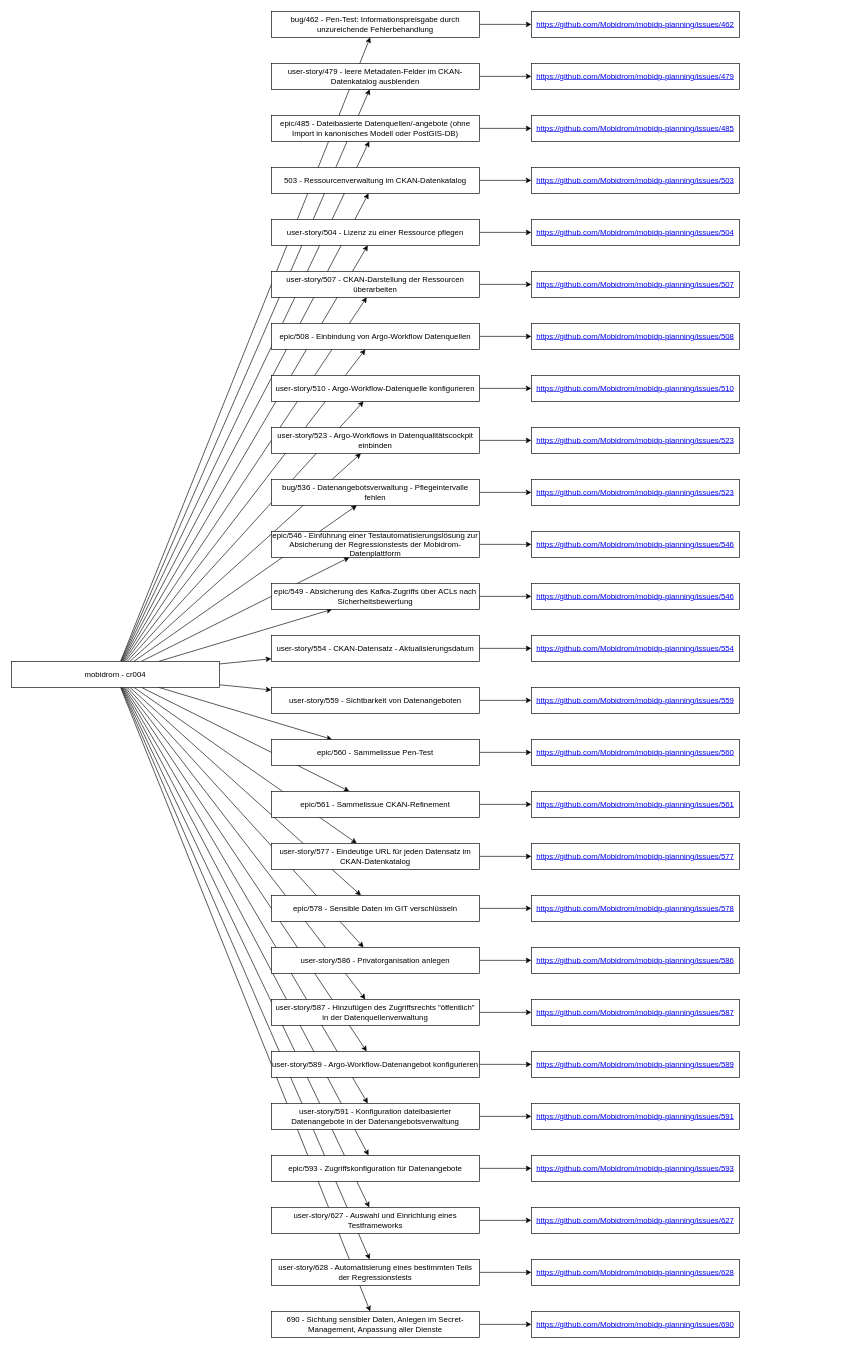
The draw.io diagram cr004.drawio in kephalosk/drawio-diagrams, before the edit. Source tidied: cells renumbered, new cells numbered last; positions are measured from the earlier drawing's top-left corner, leaving out a move shared by most shapes. Both pictures are drawn from the tidied source at 65%, with x=0, y=0 at pixel (11, 11).
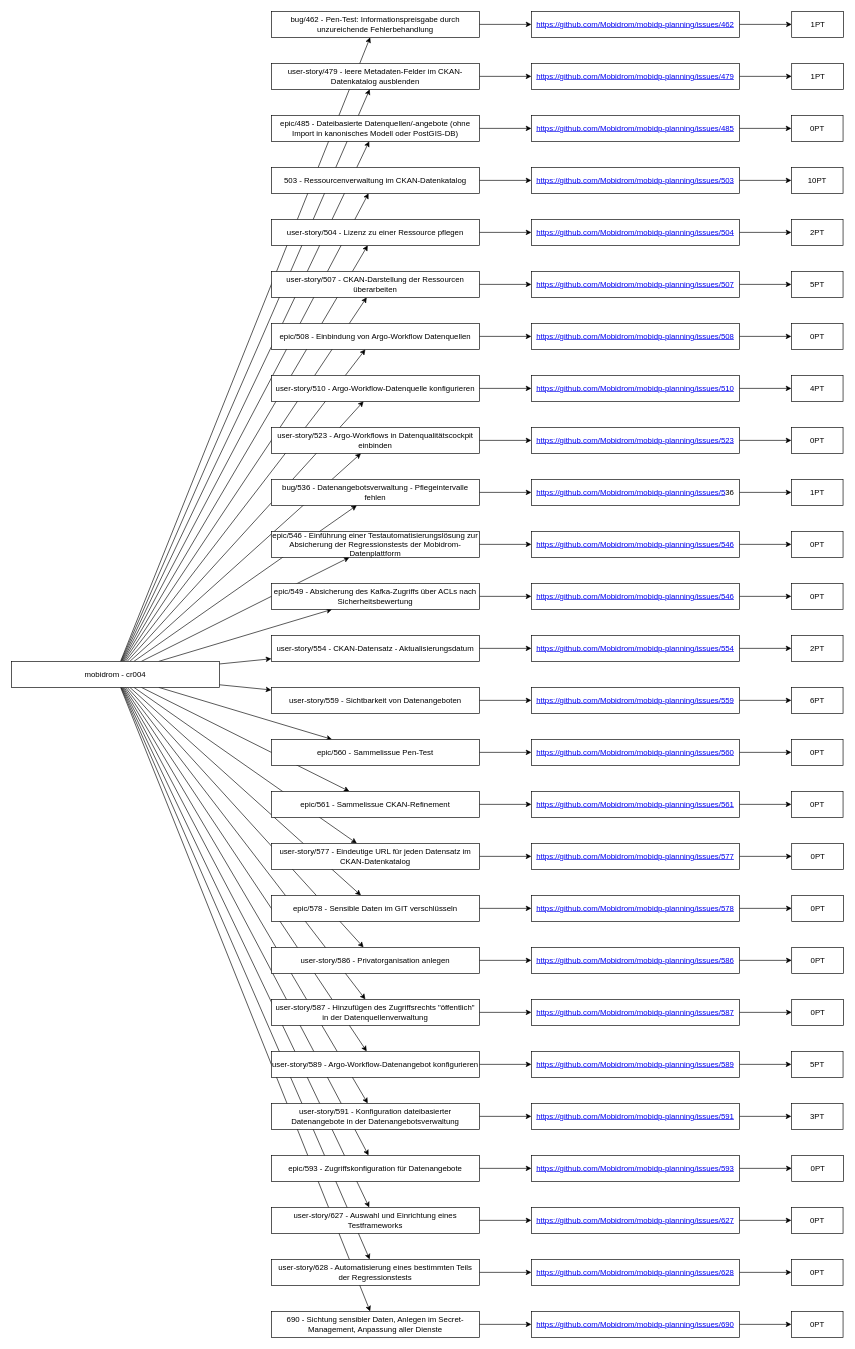
The same diagram, later.

The change refers to these unchanged cells:
```xml
<mxCell id="2" value="&lt;a href=&quot;https://github.com/Mobidrom/mobidp-planning/issues/462&quot;&gt;https://github.com/Mobidrom/mobidp-planning/issues/462&lt;/a&gt;" style="rounded=0;whiteSpace=wrap;html=1;" parent="1" vertex="1">
  <mxGeometry x="800" width="320" height="40" as="geometry" />
</mxCell>
<mxCell id="82" value="&lt;a href=&quot;https://github.com/Mobidrom/mobidp-planning/issues/479&quot;&gt;https://github.com/Mobidrom/mobidp-planning/issues/479&lt;/a&gt;" style="rounded=0;whiteSpace=wrap;html=1;" parent="1" vertex="1">
  <mxGeometry x="800" y="80" width="320" height="40" as="geometry" />
</mxCell>
<mxCell id="83" value="&lt;a href=&quot;https://github.com/Mobidrom/mobidp-planning/issues/485&quot;&gt;https://github.com/Mobidrom/mobidp-planning/issues/485&lt;/a&gt;" style="rounded=0;whiteSpace=wrap;html=1;" parent="1" vertex="1">
  <mxGeometry x="800" y="160" width="320" height="40" as="geometry" />
</mxCell>
<mxCell id="84" value="&lt;a href=&quot;https://github.com/Mobidrom/mobidp-planning/issues/503&quot;&gt;https://github.com/Mobidrom/mobidp-planning/issues/503&lt;/a&gt;" style="rounded=0;whiteSpace=wrap;html=1;" parent="1" vertex="1">
  <mxGeometry x="800" y="240" width="320" height="40" as="geometry" />
</mxCell>
<mxCell id="85" value="&lt;a href=&quot;https://github.com/Mobidrom/mobidp-planning/issues/504&quot;&gt;https://github.com/Mobidrom/mobidp-planning/issues/504&lt;/a&gt;" style="rounded=0;whiteSpace=wrap;html=1;" parent="1" vertex="1">
  <mxGeometry x="800" y="320" width="320" height="40" as="geometry" />
</mxCell>
<mxCell id="86" value="&lt;a href=&quot;https://github.com/Mobidrom/mobidp-planning/issues/507&quot;&gt;https://github.com/Mobidrom/mobidp-planning/issues/507&lt;/a&gt;" style="rounded=0;whiteSpace=wrap;html=1;" parent="1" vertex="1">
  <mxGeometry x="800" y="400" width="320" height="40" as="geometry" />
</mxCell>
<mxCell id="87" value="&lt;a href=&quot;https://github.com/Mobidrom/mobidp-planning/issues/508&quot;&gt;https://github.com/Mobidrom/mobidp-planning/issues/508&lt;/a&gt;" style="rounded=0;whiteSpace=wrap;html=1;" parent="1" vertex="1">
  <mxGeometry x="800" y="480" width="320" height="40" as="geometry" />
</mxCell>
<mxCell id="88" value="&lt;a href=&quot;https://github.com/Mobidrom/mobidp-planning/issues/510&quot;&gt;https://github.com/Mobidrom/mobidp-planning/issues/510&lt;/a&gt;" style="rounded=0;whiteSpace=wrap;html=1;" parent="1" vertex="1">
  <mxGeometry x="800" y="560" width="320" height="40" as="geometry" />
</mxCell>
<mxCell id="89" value="&lt;a href=&quot;https://github.com/Mobidrom/mobidp-planning/issues/523&quot;&gt;https://github.com/Mobidrom/mobidp-planning/issues/523&lt;/a&gt;" style="rounded=0;whiteSpace=wrap;html=1;" parent="1" vertex="1">
  <mxGeometry x="800" y="640" width="320" height="40" as="geometry" />
</mxCell>
<mxCell id="91" value="&lt;a href=&quot;https://github.com/Mobidrom/mobidp-planning/issues/546&quot;&gt;https://github.com/Mobidrom/mobidp-planning/issues/546&lt;/a&gt;" style="rounded=0;whiteSpace=wrap;html=1;" parent="1" vertex="1">
  <mxGeometry x="800" y="800" width="320" height="40" as="geometry" />
</mxCell>
<mxCell id="92" value="&lt;a href=&quot;https://github.com/Mobidrom/mobidp-planning/issues/546&quot;&gt;https://github.com/Mobidrom/mobidp-planning/issues/546&lt;/a&gt;" style="rounded=0;whiteSpace=wrap;html=1;" parent="1" vertex="1">
  <mxGeometry x="800" y="880" width="320" height="40" as="geometry" />
</mxCell>
<mxCell id="93" value="&lt;a href=&quot;https://github.com/Mobidrom/mobidp-planning/issues/554&quot;&gt;https://github.com/Mobidrom/mobidp-planning/issues/554&lt;/a&gt;" style="rounded=0;whiteSpace=wrap;html=1;" parent="1" vertex="1">
  <mxGeometry x="800" y="960" width="320" height="40" as="geometry" />
</mxCell>
<mxCell id="94" value="&lt;a href=&quot;https://github.com/Mobidrom/mobidp-planning/issues/559&quot;&gt;https://github.com/Mobidrom/mobidp-planning/issues/559&lt;/a&gt;" style="rounded=0;whiteSpace=wrap;html=1;" parent="1" vertex="1">
  <mxGeometry x="800" y="1040" width="320" height="40" as="geometry" />
</mxCell>
<mxCell id="95" value="&lt;a href=&quot;https://github.com/Mobidrom/mobidp-planning/issues/560&quot;&gt;https://github.com/Mobidrom/mobidp-planning/issues/560&lt;/a&gt;" style="rounded=0;whiteSpace=wrap;html=1;" parent="1" vertex="1">
  <mxGeometry x="800" y="1120" width="320" height="40" as="geometry" />
</mxCell>
<mxCell id="96" value="&lt;a href=&quot;https://github.com/Mobidrom/mobidp-planning/issues/561&quot;&gt;https://github.com/Mobidrom/mobidp-planning/issues/561&lt;/a&gt;" style="rounded=0;whiteSpace=wrap;html=1;" parent="1" vertex="1">
  <mxGeometry x="800" y="1200" width="320" height="40" as="geometry" />
</mxCell>
<mxCell id="97" value="&lt;a href=&quot;https://github.com/Mobidrom/mobidp-planning/issues/577&quot;&gt;https://github.com/Mobidrom/mobidp-planning/issues/577&lt;/a&gt;" style="rounded=0;whiteSpace=wrap;html=1;" parent="1" vertex="1">
  <mxGeometry x="800" y="1280" width="320" height="40" as="geometry" />
</mxCell>
<mxCell id="98" value="&lt;a href=&quot;https://github.com/Mobidrom/mobidp-planning/issues/578&quot;&gt;https://github.com/Mobidrom/mobidp-planning/issues/578&lt;/a&gt;" style="rounded=0;whiteSpace=wrap;html=1;" parent="1" vertex="1">
  <mxGeometry x="800" y="1360" width="320" height="40" as="geometry" />
</mxCell>
<mxCell id="99" value="&lt;a href=&quot;https://github.com/Mobidrom/mobidp-planning/issues/586&quot;&gt;https://github.com/Mobidrom/mobidp-planning/issues/586&lt;/a&gt;" style="rounded=0;whiteSpace=wrap;html=1;" parent="1" vertex="1">
  <mxGeometry x="800" y="1440" width="320" height="40" as="geometry" />
</mxCell>
<mxCell id="100" value="&lt;a href=&quot;https://github.com/Mobidrom/mobidp-planning/issues/587&quot;&gt;https://github.com/Mobidrom/mobidp-planning/issues/587&lt;/a&gt;" style="rounded=0;whiteSpace=wrap;html=1;" parent="1" vertex="1">
  <mxGeometry x="800" y="1520" width="320" height="40" as="geometry" />
</mxCell>
<mxCell id="101" value="&lt;a href=&quot;https://github.com/Mobidrom/mobidp-planning/issues/589&quot;&gt;https://github.com/Mobidrom/mobidp-planning/issues/589&lt;/a&gt;" style="rounded=0;whiteSpace=wrap;html=1;" parent="1" vertex="1">
  <mxGeometry x="800" y="1600" width="320" height="40" as="geometry" />
</mxCell>
<mxCell id="102" value="&lt;a href=&quot;https://github.com/Mobidrom/mobidp-planning/issues/591&quot;&gt;https://github.com/Mobidrom/mobidp-planning/issues/591&lt;/a&gt;" style="rounded=0;whiteSpace=wrap;html=1;" parent="1" vertex="1">
  <mxGeometry x="800" y="1680" width="320" height="40" as="geometry" />
</mxCell>
<mxCell id="103" value="&lt;a href=&quot;https://github.com/Mobidrom/mobidp-planning/issues/593&quot;&gt;https://github.com/Mobidrom/mobidp-planning/issues/593&lt;/a&gt;" style="rounded=0;whiteSpace=wrap;html=1;" parent="1" vertex="1">
  <mxGeometry x="800" y="1760" width="320" height="40" as="geometry" />
</mxCell>
<mxCell id="104" value="&lt;a href=&quot;https://github.com/Mobidrom/mobidp-planning/issues/627&quot;&gt;https://github.com/Mobidrom/mobidp-planning/issues/627&lt;/a&gt;" style="rounded=0;whiteSpace=wrap;html=1;" parent="1" vertex="1">
  <mxGeometry x="800" y="1840" width="320" height="40" as="geometry" />
</mxCell>
<mxCell id="105" value="&lt;a href=&quot;https://github.com/Mobidrom/mobidp-planning/issues/628&quot;&gt;https://github.com/Mobidrom/mobidp-planning/issues/628&lt;/a&gt;" style="rounded=0;whiteSpace=wrap;html=1;" parent="1" vertex="1">
  <mxGeometry x="800" y="1920" width="320" height="40" as="geometry" />
</mxCell>
<mxCell id="106" value="&lt;a href=&quot;https://github.com/Mobidrom/mobidp-planning/issues/690&quot;&gt;https://github.com/Mobidrom/mobidp-planning/issues/690&lt;/a&gt;" style="rounded=0;whiteSpace=wrap;html=1;" parent="1" vertex="1">
  <mxGeometry x="800" y="2000" width="320" height="40" as="geometry" />
</mxCell>
```

Diff of the diagram source:
```diff
@@
+    <mxCell id="107" style="edgeStyle=none;rounded=0;jettySize=auto;html=1;" parent="1" edge="1" source="2" target="133">
+      <mxGeometry relative="1" as="geometry" />
+    </mxCell>
@@
+    <mxCell id="108" style="edgeStyle=none;rounded=0;jettySize=auto;html=1;" parent="1" edge="1" source="82" target="134">
+      <mxGeometry relative="1" as="geometry" />
+    </mxCell>
@@
+    <mxCell id="109" style="edgeStyle=none;rounded=0;jettySize=auto;html=1;" parent="1" edge="1" source="83" target="135">
+      <mxGeometry relative="1" as="geometry" />
+    </mxCell>
@@
+    <mxCell id="110" style="edgeStyle=none;rounded=0;jettySize=auto;html=1;" parent="1" edge="1" source="84" target="136">
+      <mxGeometry relative="1" as="geometry" />
+    </mxCell>
@@
+    <mxCell id="111" style="edgeStyle=none;rounded=0;jettySize=auto;html=1;" parent="1" edge="1" source="85" target="137">
+      <mxGeometry relative="1" as="geometry" />
+    </mxCell>
@@
+    <mxCell id="112" style="edgeStyle=none;rounded=0;jettySize=auto;html=1;" parent="1" edge="1" source="86" target="138">
+      <mxGeometry relative="1" as="geometry" />
+    </mxCell>
@@
+    <mxCell id="113" style="edgeStyle=none;rounded=0;jettySize=auto;html=1;" parent="1" edge="1" source="87" target="140">
+      <mxGeometry relative="1" as="geometry" />
+    </mxCell>
@@
+    <mxCell id="114" style="edgeStyle=none;rounded=0;jettySize=auto;html=1;" parent="1" edge="1" source="88" target="139">
+      <mxGeometry relative="1" as="geometry" />
+    </mxCell>
@@
+    <mxCell id="115" style="edgeStyle=none;rounded=0;jettySize=auto;html=1;" parent="1" edge="1" source="89" target="142">
+      <mxGeometry relative="1" as="geometry" />
+    </mxCell>
@@
+    <mxCell id="116" style="edgeStyle=none;rounded=0;jettySize=auto;html=1;" parent="1" edge="1" source="90" target="141">
+      <mxGeometry relative="1" as="geometry" />
+    </mxCell>
-    <mxCell id="90" value="&lt;a href=&quot;https://github.com/Mobidrom/mobidp-planning/issues/523&quot;&gt;https://github.com/Mobidrom/mobidp-planning/issues/523&lt;/a&gt;" style="rounded=0;whiteSpace=wrap;html=1;" parent="1" vertex="1">
+    <mxCell id="90" value="&lt;a href=&quot;https://github.com/Mobidrom/mobidp-planning/issues/523&quot;&gt;https://github.com/Mobidrom/mobidp-planning/issues/5&lt;/a&gt;36" style="rounded=0;whiteSpace=wrap;html=1;" parent="1" vertex="1">
       <mxGeometry x="800" y="720" width="320" height="40" as="geometry" />
     </mxCell>
+    <mxCell id="117" style="edgeStyle=none;rounded=0;jettySize=auto;html=1;" parent="1" edge="1" source="91" target="143">
+      <mxGeometry relative="1" as="geometry" />
+    </mxCell>
@@
+    <mxCell id="118" style="edgeStyle=none;rounded=0;jettySize=auto;html=1;" parent="1" edge="1" source="92" target="144">
+      <mxGeometry relative="1" as="geometry" />
+    </mxCell>
@@
+    <mxCell id="119" style="edgeStyle=none;rounded=0;jettySize=auto;html=1;" parent="1" edge="1" source="93" target="145">
+      <mxGeometry relative="1" as="geometry" />
+    </mxCell>
@@
+    <mxCell id="120" style="edgeStyle=none;rounded=0;jettySize=auto;html=1;" parent="1" edge="1" source="94" target="146">
+      <mxGeometry relative="1" as="geometry" />
+    </mxCell>
@@
+    <mxCell id="121" style="edgeStyle=none;rounded=0;jettySize=auto;html=1;" parent="1" edge="1" source="95" target="147">
+      <mxGeometry relative="1" as="geometry" />
+    </mxCell>
@@
+    <mxCell id="122" style="edgeStyle=none;rounded=0;jettySize=auto;html=1;" parent="1" edge="1" source="96" target="148">
+      <mxGeometry relative="1" as="geometry" />
+    </mxCell>
@@
+    <mxCell id="123" style="edgeStyle=none;rounded=0;jettySize=auto;html=1;" parent="1" edge="1" source="97" target="149">
+      <mxGeometry relative="1" as="geometry" />
+    </mxCell>
@@
+    <mxCell id="124" style="edgeStyle=none;rounded=0;jettySize=auto;html=1;" parent="1" edge="1" source="98" target="150">
+      <mxGeometry relative="1" as="geometry" />
+    </mxCell>
@@
+    <mxCell id="125" style="edgeStyle=none;rounded=0;jettySize=auto;html=1;" parent="1" edge="1" source="99" target="151">
+      <mxGeometry relative="1" as="geometry" />
+    </mxCell>
@@
+    <mxCell id="126" style="edgeStyle=none;rounded=0;jettySize=auto;html=1;" parent="1" edge="1" source="100" target="152">
+      <mxGeometry relative="1" as="geometry" />
+    </mxCell>
@@
+    <mxCell id="127" style="edgeStyle=none;rounded=0;jettySize=auto;html=1;" parent="1" edge="1" source="101" target="153">
+      <mxGeometry relative="1" as="geometry" />
+    </mxCell>
@@
+    <mxCell id="128" style="edgeStyle=none;rounded=0;jettySize=auto;html=1;" parent="1" edge="1" source="102" target="154">
+      <mxGeometry relative="1" as="geometry" />
+    </mxCell>
@@
+    <mxCell id="129" style="edgeStyle=none;rounded=0;jettySize=auto;html=1;" parent="1" edge="1" source="103" target="155">
+      <mxGeometry relative="1" as="geometry" />
+    </mxCell>
@@
+    <mxCell id="130" style="edgeStyle=none;rounded=0;jettySize=auto;html=1;" parent="1" edge="1" source="104" target="156">
+      <mxGeometry relative="1" as="geometry" />
+    </mxCell>
@@
+    <mxCell id="131" style="edgeStyle=none;rounded=0;jettySize=auto;html=1;" parent="1" edge="1" source="105" target="157">
+      <mxGeometry relative="1" as="geometry" />
+    </mxCell>
@@
+    <mxCell id="132" style="edgeStyle=none;rounded=0;jettySize=auto;html=1;" parent="1" edge="1" source="106" target="158">
+      <mxGeometry relative="1" as="geometry" />
+    </mxCell>
@@
+    <mxCell id="133" value="1PT" style="rounded=0;whiteSpace=wrap;html=1;" parent="1" vertex="1">
+      <mxGeometry x="1200.5" width="79.5" height="40" as="geometry" />
+    </mxCell>
+    <mxCell id="134" value="1PT" style="rounded=0;whiteSpace=wrap;html=1;" parent="1" vertex="1">
+      <mxGeometry x="1200.5" y="80" width="79.5" height="40" as="geometry" />
+    </mxCell>
+    <mxCell id="135" value="0PT" style="rounded=0;whiteSpace=wrap;html=1;" parent="1" vertex="1">
+      <mxGeometry x="1200" y="160" width="79.5" height="40" as="geometry" />
+    </mxCell>
+    <mxCell id="136" value="10PT" style="rounded=0;whiteSpace=wrap;html=1;" parent="1" vertex="1">
+      <mxGeometry x="1200" y="240" width="79.5" height="40" as="geometry" />
+    </mxCell>
+    <mxCell id="137" value="2PT" style="rounded=0;whiteSpace=wrap;html=1;" parent="1" vertex="1">
+      <mxGeometry x="1200" y="320" width="79.5" height="40" as="geometry" />
+    </mxCell>
+    <mxCell id="138" value="5PT" style="rounded=0;whiteSpace=wrap;html=1;" parent="1" vertex="1">
+      <mxGeometry x="1200" y="400" width="79.5" height="40" as="geometry" />
+    </mxCell>
+    <mxCell id="139" value="4PT" style="rounded=0;whiteSpace=wrap;html=1;" parent="1" vertex="1">
+      <mxGeometry x="1200" y="560" width="79.5" height="40" as="geometry" />
+    </mxCell>
+    <mxCell id="140" value="0PT" style="rounded=0;whiteSpace=wrap;html=1;" parent="1" vertex="1">
+      <mxGeometry x="1200" y="480" width="79.5" height="40" as="geometry" />
+    </mxCell>
+    <mxCell id="141" value="1PT" style="rounded=0;whiteSpace=wrap;html=1;" parent="1" vertex="1">
+      <mxGeometry x="1200" y="720" width="79.5" height="40" as="geometry" />
+    </mxCell>
+    <mxCell id="142" value="0PT" style="rounded=0;whiteSpace=wrap;html=1;" parent="1" vertex="1">
+      <mxGeometry x="1200" y="640" width="79.5" height="40" as="geometry" />
+    </mxCell>
+    <mxCell id="143" value="0PT" style="rounded=0;whiteSpace=wrap;html=1;" parent="1" vertex="1">
+      <mxGeometry x="1200" y="800" width="79.5" height="40" as="geometry" />
+    </mxCell>
+    <mxCell id="144" value="0PT" style="rounded=0;whiteSpace=wrap;html=1;" parent="1" vertex="1">
+      <mxGeometry x="1200" y="880" width="79.5" height="40" as="geometry" />
+    </mxCell>
+    <mxCell id="145" value="2PT" style="rounded=0;whiteSpace=wrap;html=1;" parent="1" vertex="1">
+      <mxGeometry x="1200" y="960" width="79.5" height="40" as="geometry" />
+    </mxCell>
+    <mxCell id="146" value="6PT" style="rounded=0;whiteSpace=wrap;html=1;" parent="1" vertex="1">
+      <mxGeometry x="1200" y="1040" width="79.5" height="40" as="geometry" />
+    </mxCell>
+    <mxCell id="147" value="0PT" style="rounded=0;whiteSpace=wrap;html=1;" parent="1" vertex="1">
+      <mxGeometry x="1200" y="1120" width="79.5" height="40" as="geometry" />
+    </mxCell>
+    <mxCell id="148" value="0PT" style="rounded=0;whiteSpace=wrap;html=1;" parent="1" vertex="1">
+      <mxGeometry x="1200" y="1200" width="79.5" height="40" as="geometry" />
+    </mxCell>
+    <mxCell id="149" value="0PT" style="rounded=0;whiteSpace=wrap;html=1;" parent="1" vertex="1">
+      <mxGeometry x="1200.5" y="1280" width="79.5" height="40" as="geometry" />
+    </mxCell>
+    <mxCell id="150" value="0PT" style="rounded=0;whiteSpace=wrap;html=1;" parent="1" vertex="1">
+      <mxGeometry x="1200.5" y="1360" width="79.5" height="40" as="geometry" />
+    </mxCell>
+    <mxCell id="151" value="0PT" style="rounded=0;whiteSpace=wrap;html=1;" parent="1" vertex="1">
+      <mxGeometry x="1200.5" y="1440" width="79.5" height="40" as="geometry" />
+    </mxCell>
+    <mxCell id="152" value="0PT" style="rounded=0;whiteSpace=wrap;html=1;" parent="1" vertex="1">
+      <mxGeometry x="1200.5" y="1520" width="79.5" height="40" as="geometry" />
+    </mxCell>
+    <mxCell id="153" value="5PT" style="rounded=0;whiteSpace=wrap;html=1;" parent="1" vertex="1">
+      <mxGeometry x="1200" y="1600" width="79.5" height="40" as="geometry" />
+    </mxCell>
+    <mxCell id="154" value="3PT" style="rounded=0;whiteSpace=wrap;html=1;" parent="1" vertex="1">
+      <mxGeometry x="1200" y="1680" width="79.5" height="40" as="geometry" />
+    </mxCell>
+    <mxCell id="155" value="0PT" style="rounded=0;whiteSpace=wrap;html=1;" parent="1" vertex="1">
+      <mxGeometry x="1200.5" y="1760" width="79.5" height="40" as="geometry" />
+    </mxCell>
+    <mxCell id="156" value="0PT" style="rounded=0;whiteSpace=wrap;html=1;" parent="1" vertex="1">
+      <mxGeometry x="1200" y="1840" width="79.5" height="40" as="geometry" />
+    </mxCell>
+    <mxCell id="157" value="0PT" style="rounded=0;whiteSpace=wrap;html=1;" parent="1" vertex="1">
+      <mxGeometry x="1200" y="1920" width="79.5" height="40" as="geometry" />
+    </mxCell>
+    <mxCell id="158" value="0PT" style="rounded=0;whiteSpace=wrap;html=1;" parent="1" vertex="1">
+      <mxGeometry x="1200" y="2000" width="79.5" height="40" as="geometry" />
+    </mxCell>
```
